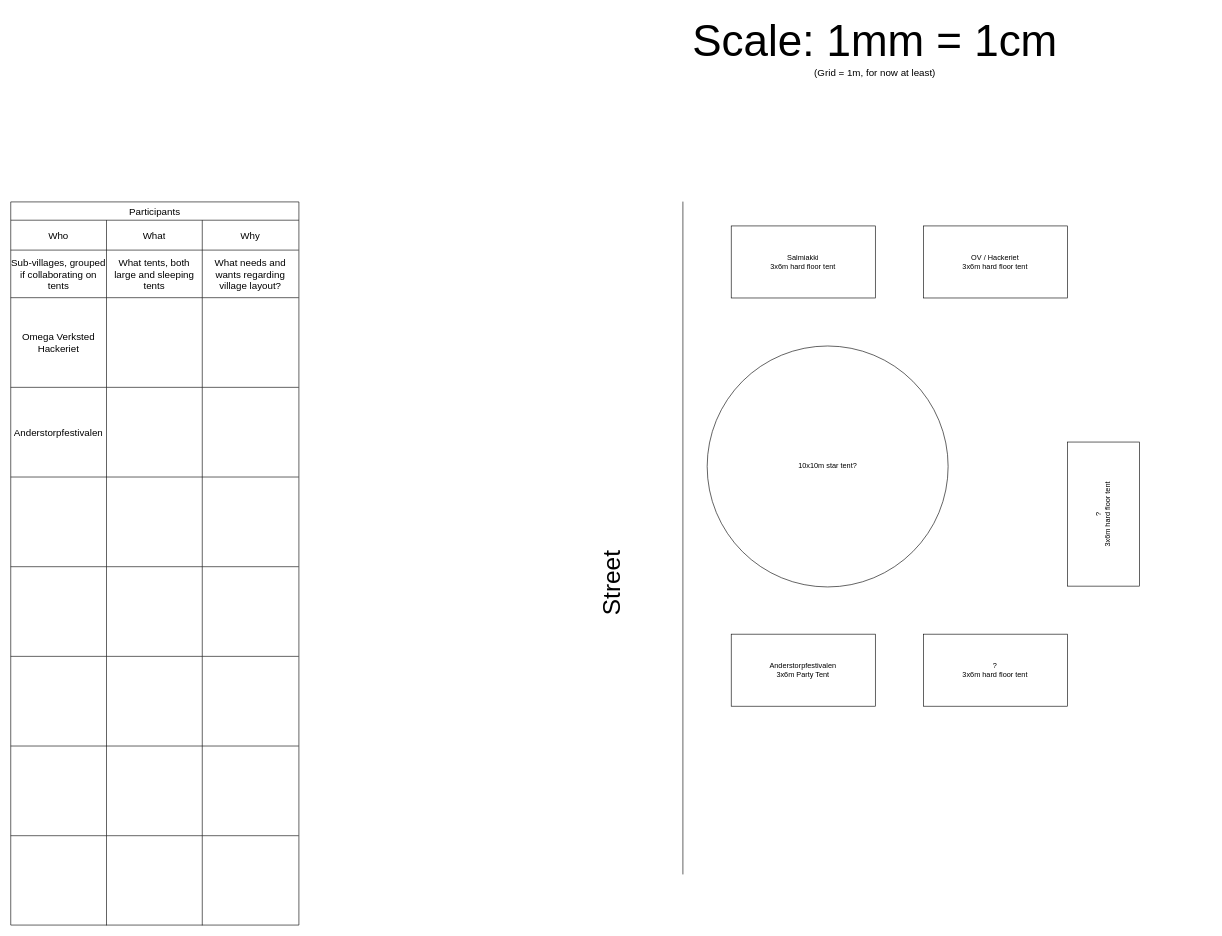
Cable89/Cold_North_WHY_2025_Layout keeps this draw.io diagram as Cold North WHY 2025.drawio. Above is the earlier version. Source tidied: cells renumbered, new cells numbered last; positions are measured from the earlier drawing's top-left corner, leaving out a move shared by most shapes. Both pictures are drawn from the tidied source at 61%, with x=0, y=0 at pixel (10, 10).
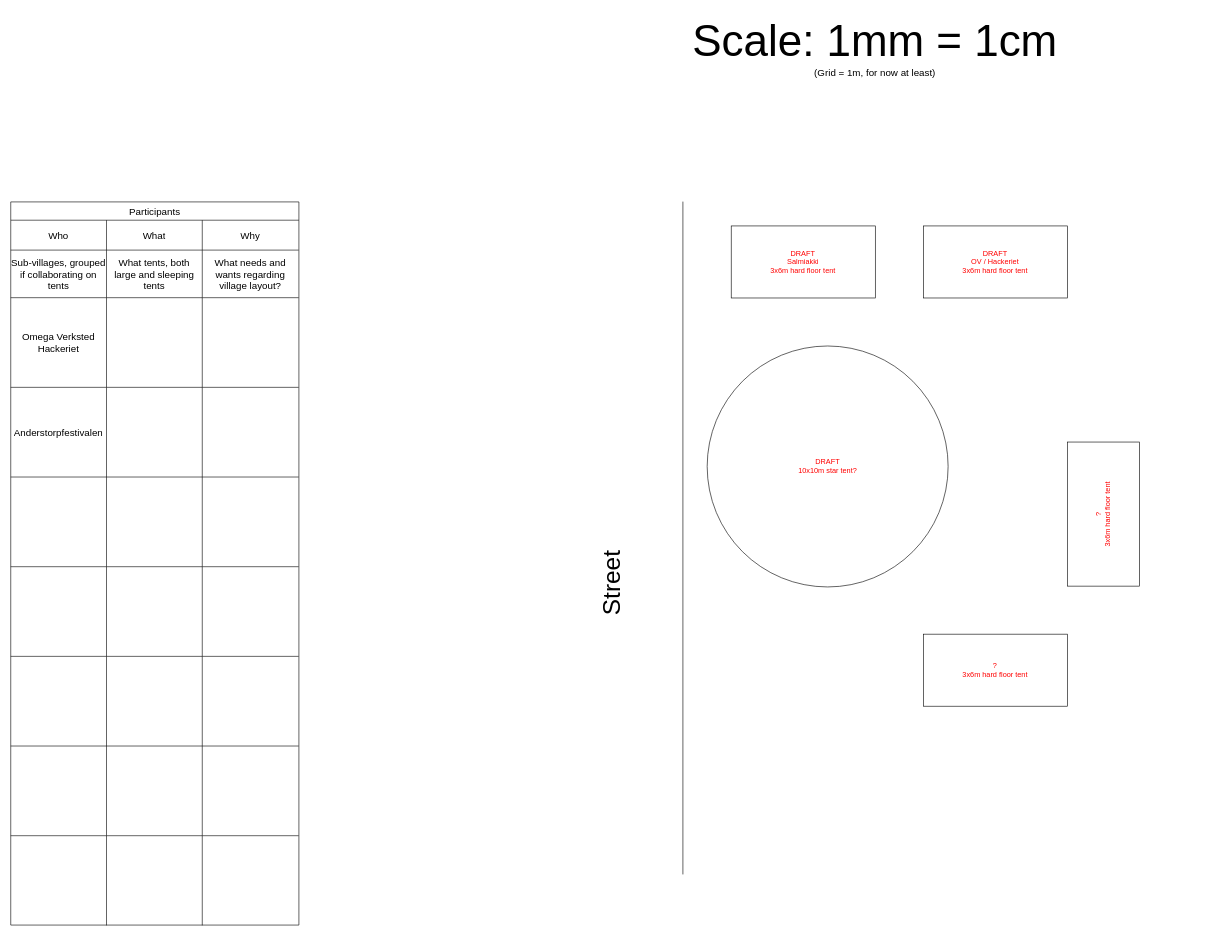
The same page after the edit.

Commit message:
Marked blocks as DRAFT to signify it is just initial draft based on assumptions

Diff of the diagram source:
```diff
@@
-    <mxCell id="2" value="Salmiakki&lt;br&gt;3x6m hard floor tent" style="rounded=0;whiteSpace=wrap;html=1;" parent="1" vertex="1">
+    <mxCell id="2" value="&lt;span style=&quot;color: light-dark(rgb(255, 0, 0), rgb(237, 237, 237));&quot;&gt;DRAFT&lt;br&gt;Salmiakki&lt;br&gt;3x6m hard floor tent&lt;/span&gt;" style="rounded=0;whiteSpace=wrap;html=1;" parent="1" vertex="1">
       <mxGeometry x="1181.2" y="352.9" width="236.2" height="118.1" as="geometry" />
     </mxCell>
@@
-    <mxCell id="4" value="OV / Hackeriet&lt;br&gt;3x6m hard floor tent" style="rounded=0;whiteSpace=wrap;html=1;" parent="1" vertex="1">
+    <mxCell id="4" value="&lt;span style=&quot;color: rgb(255, 0, 0);&quot;&gt;DRAFT&lt;br&gt;OV / Hackeriet&lt;br&gt;3x6m hard floor tent&lt;/span&gt;" style="rounded=0;whiteSpace=wrap;html=1;" parent="1" vertex="1">
       <mxGeometry x="1496.2" y="352.9" width="236.2" height="118.1" as="geometry" />
     </mxCell>
-    <mxCell id="5" value="?&lt;br&gt;3x6m hard floor tent" style="rounded=0;whiteSpace=wrap;html=1;rotation=-90;" parent="1" vertex="1">
+    <mxCell id="5" value="&lt;span style=&quot;color: light-dark(rgb(255, 0, 0), rgb(237, 237, 237));&quot;&gt;?&lt;br&gt;3x6m hard floor tent&lt;/span&gt;" style="rounded=0;whiteSpace=wrap;html=1;rotation=-90;" parent="1" vertex="1">
       <mxGeometry x="1673.3" y="766.2" width="236.2" height="118.1" as="geometry" />
     </mxCell>
-    <mxCell id="6" value="?&lt;br&gt;3x6m hard floor tent" style="rounded=0;whiteSpace=wrap;html=1;" parent="1" vertex="1">
+    <mxCell id="6" value="&lt;span style=&quot;color: light-dark(rgb(255, 0, 0), rgb(237, 237, 237));&quot;&gt;?&lt;br&gt;3x6m hard floor tent&lt;/span&gt;" style="rounded=0;whiteSpace=wrap;html=1;" parent="1" vertex="1">
       <mxGeometry x="1496.2" y="1022.1" width="236.2" height="118.1" as="geometry" />
     </mxCell>
-    <mxCell id="7" value="10x10m star tent?" style="ellipse;whiteSpace=wrap;html=1;" parent="1" vertex="1">
+    <mxCell id="7" value="&lt;span style=&quot;color: light-dark(rgb(255, 0, 0), rgb(237, 237, 237));&quot;&gt;DRAFT&lt;br&gt;10x10m star tent?&lt;/span&gt;" style="ellipse;whiteSpace=wrap;html=1;" parent="1" vertex="1">
       <mxGeometry x="1141.8" y="549.7" width="395" height="395" as="geometry" />
     </mxCell>
@@
-    <mxCell id="10" value="Anderstorpfestivalen&lt;br&gt;3x6m Party Tent" style="rounded=0;whiteSpace=wrap;html=1;" parent="1" vertex="1">
-      <mxGeometry x="1181.2" y="1022.1" width="236.2" height="118.1" as="geometry" />
-    </mxCell>
```
